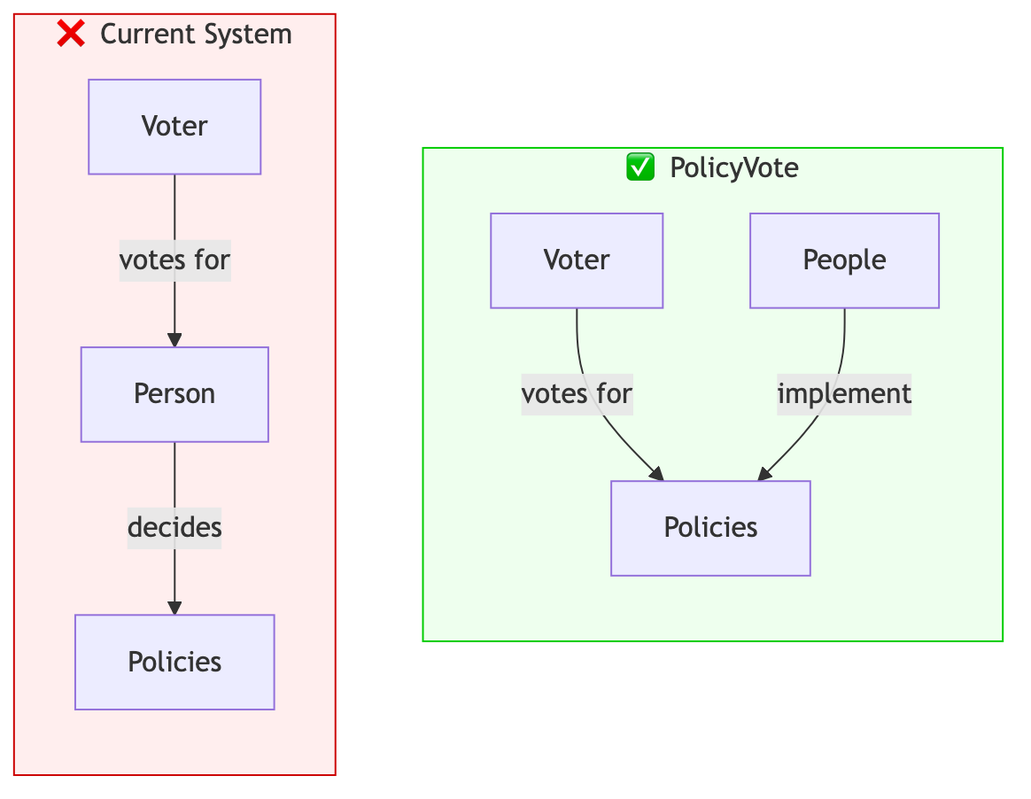
antont/PolicyVote keeps this Mermaid diagram as 01_Projects/PolicyVote/Diagrams/comparison.png. Above is the earlier version. Its source is kept beside it as 01_Projects/PolicyVote/Diagrams/comparison.mmd. The source it was exported from:
```mermaid
flowchart LR
    subgraph current["❌ Current System"]
        direction TB
        c_voter["Voter"] -->|"votes for"| c_person["Person"]
        c_person -->|"decides"| c_policy["Policies"]
    end

    subgraph policyvote["✅ PolicyVote"]
        direction TB
        p_voter["Voter"] -->|"votes for"| p_policy["Policies"]
        p_person["People"] -->|"implement"| p_policy
    end

    current ~~~ policyvote

    style current fill:#ffeeee,stroke:#cc0000
    style policyvote fill:#eeffee,stroke:#00cc00
```
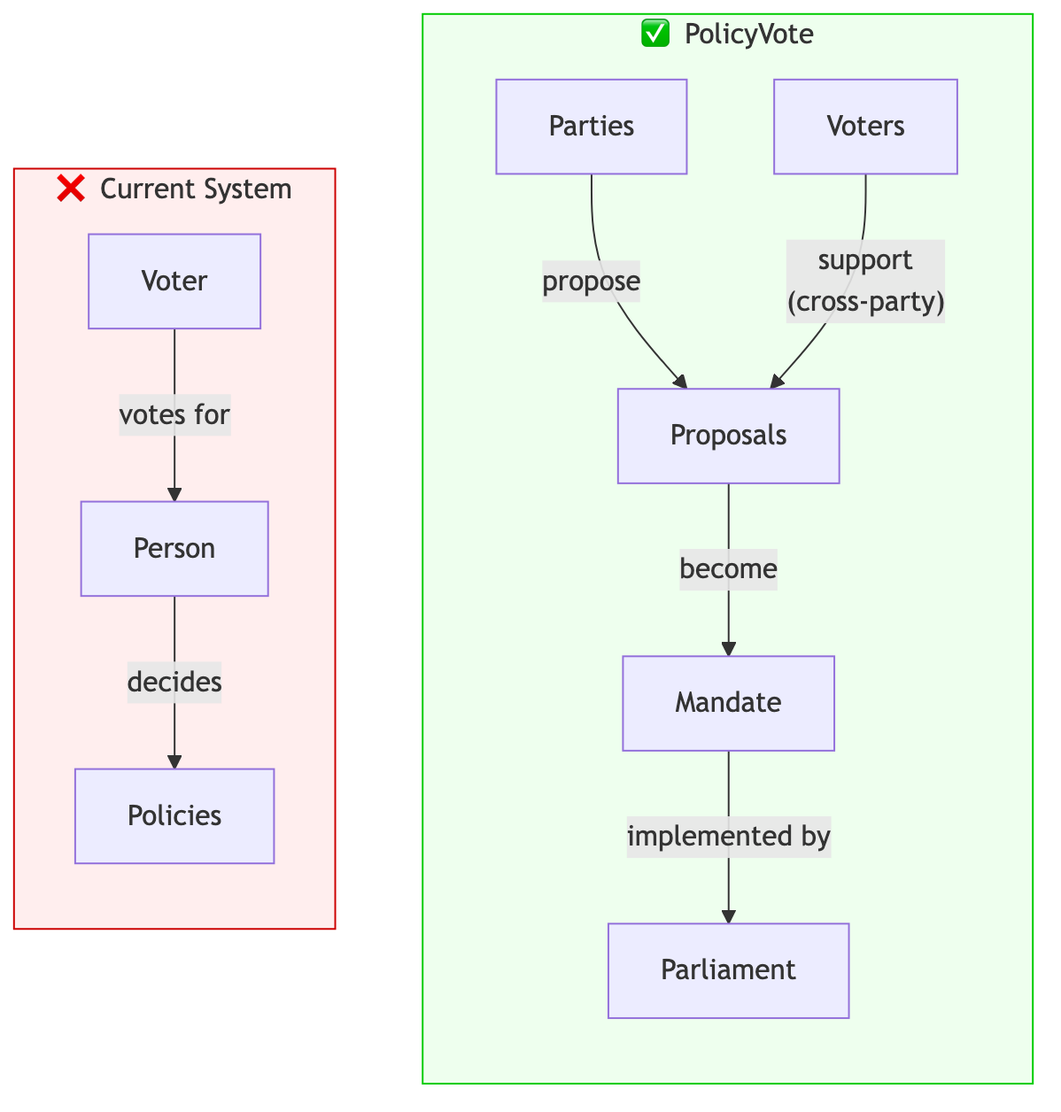
The same diagram one commit later.

Commit message:
Enhance comparison diagram with full PolicyVote flow

The edit, as a diff of the source:
```diff
@@ -7,8 +7,10 @@
 
     subgraph policyvote["✅ PolicyVote"]
         direction TB
-        p_voter["Voter"] -->|"votes for"| p_policy["Policies"]
-        p_person["People"] -->|"implement"| p_policy
+        p_parties["Parties"] -->|"propose"| p_proposals["Proposals"]
+        p_voter["Voters"] -->|"support<br/>(cross-party)"| p_proposals
+        p_proposals -->|"become"| p_mandate["Mandate"]
+        p_mandate -->|"implemented by"| p_parliament["Parliament"]
     end
 
     current ~~~ policyvote
```
